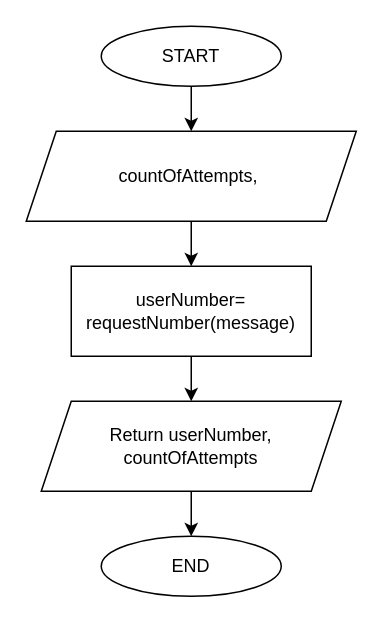
Earlier version of the draw.io diagram guess_the_number/BlockDiagram/MakeMove.drawio (AbubakirovRA/Homework-HelloCode). Source tidied: cells renumbered, new cells numbered last; positions are measured from the earlier drawing's top-left corner, leaving out a move shared by most shapes. Both pictures are drawn from the tidied source at 150%, with x=0, y=0 at pixel (26, 26).
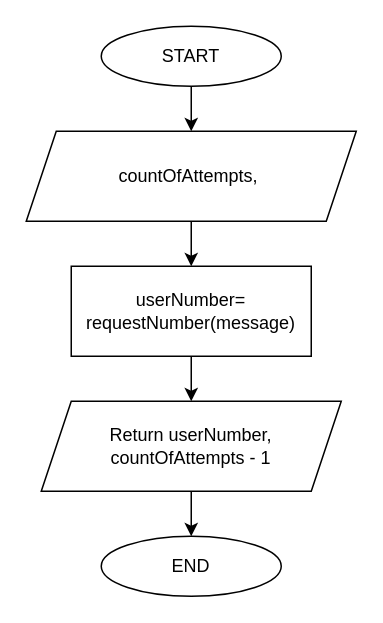
The same diagram, later.

Change to the diagram source:
```diff
@@
 <mxGraphModel>
   <root>
     <mxCell id="0" />
     <mxCell id="1" parent="0" />
     <mxCell id="2" style="edgeStyle=none;html=1;" parent="1" edge="1" source="3" target="7">
       <mxGeometry relative="1" as="geometry" />
     </mxCell>
     <mxCell id="3" value="START" style="ellipse;whiteSpace=wrap;html=1;" parent="1" vertex="1">
       <mxGeometry x="50" width="120" height="40" as="geometry" />
     </mxCell>
     <mxCell id="4" style="edgeStyle=none;html=1;" parent="1" edge="1" source="5" target="9">
       <mxGeometry relative="1" as="geometry" />
     </mxCell>
     <mxCell id="5" value="userNumber=&lt;br&gt;requestNumber(message)" style="whiteSpace=wrap;html=1;" parent="1" vertex="1">
       <mxGeometry x="30" y="160" width="160" height="60" as="geometry" />
     </mxCell>
     <mxCell id="6" style="edgeStyle=none;html=1;" parent="1" edge="1" source="7" target="5">
       <mxGeometry relative="1" as="geometry" />
     </mxCell>
     <mxCell id="7" value="countOfAttempts,&amp;nbsp;" style="shape=parallelogram;perimeter=parallelogramPerimeter;whiteSpace=wrap;html=1;fixedSize=1;" parent="1" vertex="1">
       <mxGeometry y="70" width="220" height="60" as="geometry" />
     </mxCell>
     <mxCell id="8" style="edgeStyle=none;html=1;" parent="1" edge="1" source="9" target="10">
       <mxGeometry relative="1" as="geometry" />
     </mxCell>
-    <mxCell id="9" value="Return userNumber, countOfAttempts" style="shape=parallelogram;perimeter=parallelogramPerimeter;whiteSpace=wrap;html=1;fixedSize=1;" parent="1" vertex="1">
+    <mxCell id="9" value="Return userNumber, countOfAttempts - 1" style="shape=parallelogram;perimeter=parallelogramPerimeter;whiteSpace=wrap;html=1;fixedSize=1;" parent="1" vertex="1">
       <mxGeometry x="10" y="250" width="200" height="60" as="geometry" />
     </mxCell>
     <mxCell id="10" value="END" style="ellipse;whiteSpace=wrap;html=1;" parent="1" vertex="1">
       <mxGeometry x="50" y="340" width="120" height="40" as="geometry" />
     </mxCell>
   </root>
 </mxGraphModel>
```
